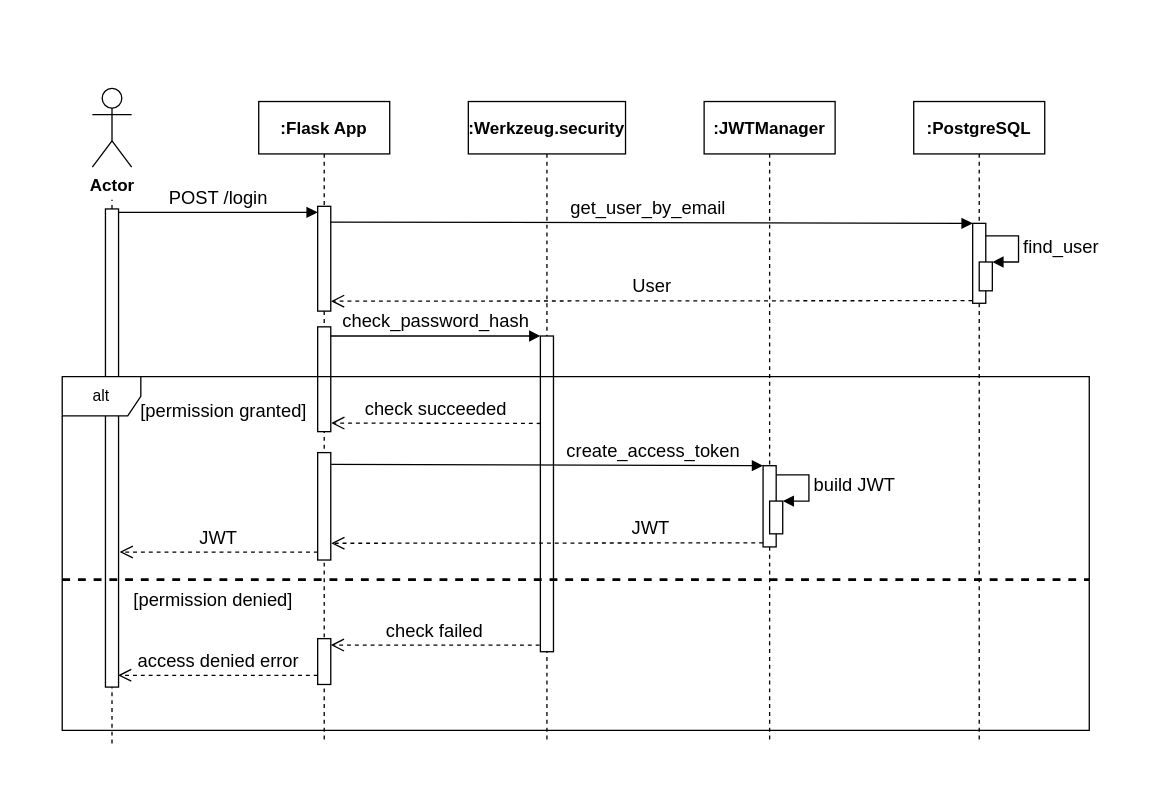
Before: sequence_authenticate.drawio in DrXneaky/Diagram, a draw.io diagram. Source tidied: cells renumbered, new cells numbered last; positions are measured from the earlier drawing's top-left corner, leaving out a move shared by most shapes. Both pictures are drawn from the tidied source at 131%, with x=0, y=0 at pixel (62, 88).
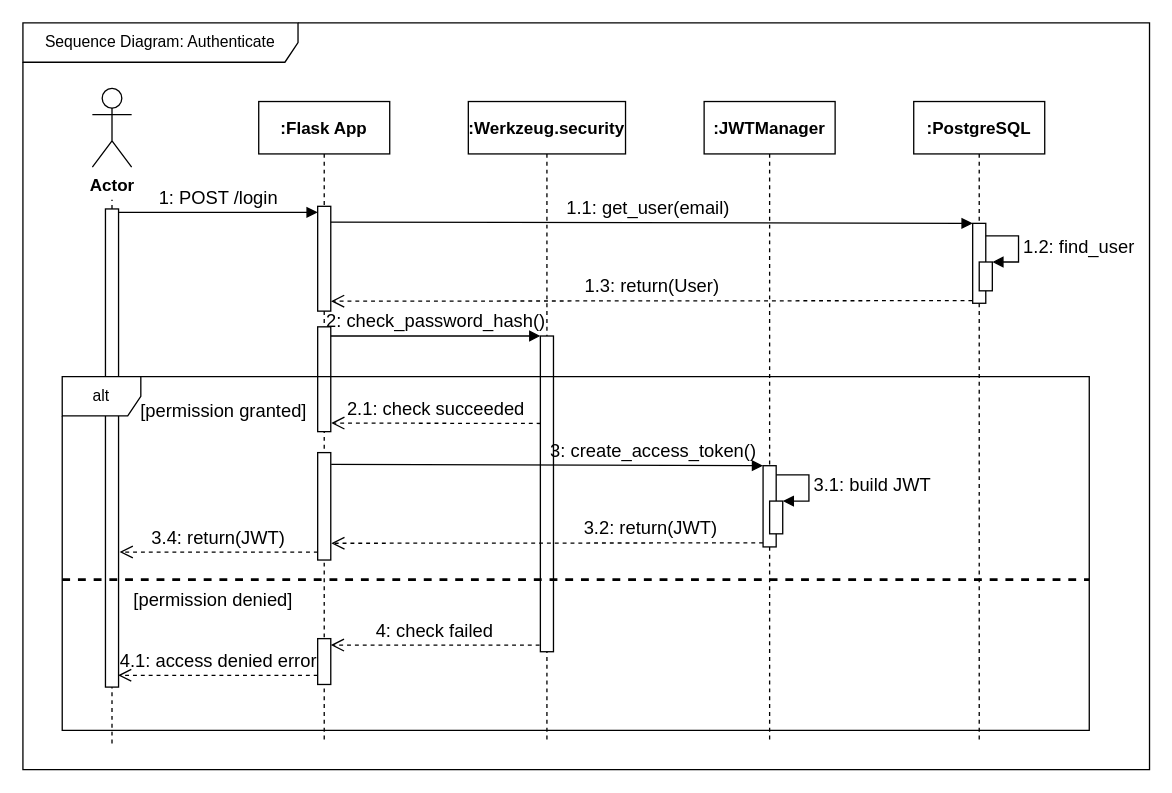
Above is the later version.

The change refers to these unchanged cells:
```xml
<mxCell id="3" style="html=1;points=[];perimeter=orthogonalPerimeter;strokeWidth=1;fillColor=#ffffff;" parent="1" vertex="1">
  <mxGeometry x="33" y="92" width="10" height="365" as="geometry" />
</mxCell>
<mxCell id="6" value="&lt;font face=&quot;Old Standard TT&quot; size=&quot;1&quot;&gt;&lt;b style=&quot;font-size: 13px&quot;&gt;:PostgreSQL&lt;/b&gt;&lt;/font&gt;" style="shape=umlLifeline;perimeter=lifelinePerimeter;whiteSpace=wrap;html=1;" parent="1" vertex="1">
  <mxGeometry x="650" y="10" width="100" height="490" as="geometry" />
</mxCell>
<mxCell id="7" style="html=1;points=[];perimeter=orthogonalPerimeter;" parent="6" vertex="1">
  <mxGeometry x="45" y="93" width="10" height="61" as="geometry" />
</mxCell>
<mxCell id="9" style="html=1;points=[];perimeter=orthogonalPerimeter;" parent="6" vertex="1">
  <mxGeometry x="50" y="122.5" width="10" height="22" as="geometry" />
</mxCell>
<mxCell id="12" style="html=1;points=[];perimeter=orthogonalPerimeter;" parent="1" vertex="1">
  <mxGeometry x="365" y="189" width="10" height="241" as="geometry" />
</mxCell>
<mxCell id="17" style="html=1;points=[];perimeter=orthogonalPerimeter;" parent="16" vertex="1">
  <mxGeometry x="45" y="80" width="10" height="80" as="geometry" />
</mxCell>
<mxCell id="18" style="html=1;points=[];perimeter=orthogonalPerimeter;" parent="16" vertex="1">
  <mxGeometry x="45" y="172" width="10" height="80" as="geometry" />
</mxCell>
<mxCell id="19" style="html=1;points=[];perimeter=orthogonalPerimeter;strokeWidth=1;fillColor=#ffffff;" parent="16" vertex="1">
  <mxGeometry x="45" y="268" width="10" height="82" as="geometry" />
</mxCell>
<mxCell id="20" style="html=1;points=[];perimeter=orthogonalPerimeter;shadow=0;strokeWidth=1;fillColor=#ffffff;" parent="16" vertex="1">
  <mxGeometry x="45" y="410" width="10" height="35" as="geometry" />
</mxCell>
<mxCell id="23" style="html=1;points=[];perimeter=orthogonalPerimeter;strokeWidth=1;fillColor=#ffffff;" parent="1" vertex="1">
  <mxGeometry x="535" y="288" width="10" height="62" as="geometry" />
</mxCell>
<mxCell id="25" style="html=1;points=[];perimeter=orthogonalPerimeter;strokeWidth=1;fillColor=#ffffff;" parent="1" vertex="1">
  <mxGeometry x="540" y="315" width="10" height="25" as="geometry" />
</mxCell>
```

The edit, as a diff of the source:
```diff
@@
+    <mxCell id="34" value="Sequence Diagram: Authenticate" style="shape=umlFrame;whiteSpace=wrap;html=1;width=210;height=30;" parent="1" vertex="1">
+      <mxGeometry x="-30" y="-50" width="860" height="570" as="geometry" />
+    </mxCell>
@@
-    <mxCell id="4" value="&lt;font style=&quot;font-size: 14px&quot; face=&quot;Old Standard TT&quot;&gt;POST /login&lt;/font&gt;" style="html=1;verticalAlign=bottom;startArrow=none;endArrow=block;startSize=8;exitX=1.02;exitY=0.007;exitDx=0;exitDy=0;exitPerimeter=0;startFill=0;labelBackgroundColor=none;" parent="1" edge="1" source="3" target="17">
+    <mxCell id="4" value="&lt;font style=&quot;font-size: 14px&quot; face=&quot;Old Standard TT&quot;&gt;1: POST /login&lt;/font&gt;" style="html=1;verticalAlign=bottom;startArrow=none;endArrow=block;startSize=8;exitX=1.02;exitY=0.007;exitDx=0;exitDy=0;exitPerimeter=0;startFill=0;labelBackgroundColor=none;" parent="1" edge="1" source="3" target="17">
       <mxGeometry relative="1" as="geometry" />
     </mxCell>
@@
-    <mxCell id="8" value="&lt;font style=&quot;font-size: 14px&quot; face=&quot;Old Standard TT&quot;&gt;find_user&lt;/font&gt;" style="edgeStyle=orthogonalEdgeStyle;html=1;align=left;spacingLeft=2;endArrow=block;rounded=0;entryX=1;entryY=0;labelBackgroundColor=none;" parent="6" edge="1" target="9">
+    <mxCell id="8" value="&lt;font style=&quot;font-size: 14px&quot; face=&quot;Old Standard TT&quot;&gt;1.2: find_user&lt;/font&gt;" style="edgeStyle=orthogonalEdgeStyle;html=1;align=left;spacingLeft=2;endArrow=block;rounded=0;entryX=1;entryY=0;labelBackgroundColor=none;" parent="6" edge="1" target="9">
       <mxGeometry relative="1" as="geometry">
         <mxPoint x="55" y="102.5" as="sourcePoint" />
         <Array as="points">
           <mxPoint x="80" y="102.5" />
         </Array>
       </mxGeometry>
     </mxCell>
@@
-    <mxCell id="10" value="&lt;font face=&quot;Old Standard TT&quot; style=&quot;font-size: 14px&quot;&gt;get_user_by_email&lt;/font&gt;" style="html=1;verticalAlign=bottom;endArrow=block;entryX=0;entryY=0;labelBackgroundColor=none;" parent="1" edge="1" target="7">
+    <mxCell id="10" value="&lt;font face=&quot;Old Standard TT&quot; style=&quot;font-size: 14px&quot;&gt;1.1: get_user(email)&lt;/font&gt;" style="html=1;verticalAlign=bottom;endArrow=block;entryX=0;entryY=0;labelBackgroundColor=none;" parent="1" edge="1" target="7">
       <mxGeometry relative="1" as="geometry">
         <mxPoint x="200.1" y="102" as="sourcePoint" />
       </mxGeometry>
     </mxCell>
-    <mxCell id="11" value="&lt;font style=&quot;font-size: 14px&quot; face=&quot;Old Standard TT&quot;&gt;User&lt;/font&gt;" style="html=1;verticalAlign=bottom;endArrow=open;dashed=1;endSize=8;exitX=-0.024;exitY=0.967;exitDx=0;exitDy=0;exitPerimeter=0;labelBackgroundColor=none;entryX=1.017;entryY=0.905;entryDx=0;entryDy=0;entryPerimeter=0;" parent="1" edge="1" source="7" target="17">
+    <mxCell id="11" value="&lt;font style=&quot;font-size: 14px&quot; face=&quot;Old Standard TT&quot;&gt;1.3: return(User)&lt;/font&gt;" style="html=1;verticalAlign=bottom;endArrow=open;dashed=1;endSize=8;exitX=-0.024;exitY=0.967;exitDx=0;exitDy=0;exitPerimeter=0;labelBackgroundColor=none;entryX=1.017;entryY=0.905;entryDx=0;entryDy=0;entryPerimeter=0;" parent="1" edge="1" source="7" target="17">
       <mxGeometry relative="1" as="geometry" />
     </mxCell>
@@
-    <mxCell id="13" value="&lt;font style=&quot;font-size: 14px&quot; face=&quot;Old Standard TT&quot;&gt;check_password_hash&lt;/font&gt;" style="verticalAlign=bottom;endArrow=block;entryX=0;entryY=0;labelBackgroundColor=none;html=1;" parent="1" edge="1" source="18" target="12">
-      <mxGeometry relative="1" as="geometry" />
+    <mxCell id="13" value="&lt;font style=&quot;font-size: 14px&quot; face=&quot;Old Standard TT&quot;&gt;2: check_password_hash()&lt;/font&gt;" style="verticalAlign=bottom;endArrow=block;entryX=0;entryY=0;labelBackgroundColor=none;html=1;" parent="1" edge="1">
+      <mxGeometry relative="1" as="geometry">
+        <mxPoint x="205" y="189" as="sourcePoint" />
+        <mxPoint x="365" y="189" as="targetPoint" />
+      </mxGeometry>
     </mxCell>
-    <mxCell id="14" value="&lt;font style=&quot;font-size: 14px&quot; face=&quot;Old Standard TT&quot;&gt;check succeeded&lt;/font&gt;" style="html=1;verticalAlign=bottom;endArrow=open;dashed=1;endSize=8;exitX=0.019;exitY=0.277;exitDx=0;exitDy=0;exitPerimeter=0;entryX=1.032;entryY=0.918;entryDx=0;entryDy=0;entryPerimeter=0;labelBackgroundColor=none;" parent="1" edge="1" source="12" target="18">
+    <mxCell id="14" value="&lt;font style=&quot;font-size: 14px&quot; face=&quot;Old Standard TT&quot;&gt;2.1: check succeeded&lt;/font&gt;" style="html=1;verticalAlign=bottom;endArrow=open;dashed=1;endSize=8;exitX=0.019;exitY=0.277;exitDx=0;exitDy=0;exitPerimeter=0;entryX=1.032;entryY=0.918;entryDx=0;entryDy=0;entryPerimeter=0;labelBackgroundColor=none;" parent="1" edge="1" source="12" target="18">
       <mxGeometry relative="1" as="geometry" />
     </mxCell>
@@
-    <mxCell id="21" value="&lt;font face=&quot;Old Standard TT&quot; style=&quot;font-size: 14px&quot;&gt;JWT&lt;/font&gt;" style="html=1;verticalAlign=bottom;endArrow=open;dashed=1;endSize=8;exitX=0.014;exitY=0.943;exitDx=0;exitDy=0;exitPerimeter=0;entryX=1.078;entryY=0.728;entryDx=0;entryDy=0;entryPerimeter=0;labelBackgroundColor=none;" parent="1" edge="1">
+    <mxCell id="21" value="&lt;font face=&quot;Old Standard TT&quot; style=&quot;font-size: 14px&quot;&gt;3.4: return(JWT)&lt;/font&gt;" style="html=1;verticalAlign=bottom;endArrow=open;dashed=1;endSize=8;exitX=0.014;exitY=0.943;exitDx=0;exitDy=0;exitPerimeter=0;entryX=1.078;entryY=0.728;entryDx=0;entryDy=0;entryPerimeter=0;labelBackgroundColor=none;" parent="1" edge="1">
       <mxGeometry relative="1" as="geometry">
         <mxPoint x="195.1" y="354" as="sourcePoint" />
         <mxPoint x="43.8" y="353.9" as="targetPoint" />
       </mxGeometry>
     </mxCell>
@@
-    <mxCell id="24" value="&lt;font style=&quot;font-size: 14px&quot; face=&quot;Old Standard TT&quot;&gt;build JWT&lt;/font&gt;" style="edgeStyle=orthogonalEdgeStyle;html=1;align=left;spacingLeft=2;endArrow=block;rounded=0;entryX=1;entryY=0;labelBackgroundColor=none;" parent="1" edge="1" target="25">
+    <mxCell id="24" value="&lt;font style=&quot;font-size: 14px&quot; face=&quot;Old Standard TT&quot;&gt;3.1: build JWT&lt;/font&gt;" style="edgeStyle=orthogonalEdgeStyle;html=1;align=left;spacingLeft=2;endArrow=block;rounded=0;entryX=1;entryY=0;labelBackgroundColor=none;" parent="1" edge="1" target="25">
       <mxGeometry relative="1" as="geometry">
         <mxPoint x="545" y="295" as="sourcePoint" />
         <Array as="points">
           <mxPoint x="570" y="295" />
         </Array>
       </mxGeometry>
     </mxCell>
@@
-    <mxCell id="27" value="&lt;font style=&quot;font-size: 14px&quot; face=&quot;Old Standard TT&quot;&gt;check failed&lt;/font&gt;" style="html=1;verticalAlign=bottom;endArrow=open;dashed=1;endSize=8;exitX=-0.058;exitY=0.979;exitDx=0;exitDy=0;exitPerimeter=0;labelBackgroundColor=none;" parent="1" edge="1" source="12" target="20">
+    <mxCell id="27" value="&lt;font style=&quot;font-size: 14px&quot; face=&quot;Old Standard TT&quot;&gt;4: check failed&lt;/font&gt;" style="html=1;verticalAlign=bottom;endArrow=open;dashed=1;endSize=8;exitX=-0.058;exitY=0.979;exitDx=0;exitDy=0;exitPerimeter=0;labelBackgroundColor=none;" parent="1" edge="1" source="12" target="20">
       <mxGeometry relative="1" as="geometry" />
     </mxCell>
-    <mxCell id="28" value="&lt;font style=&quot;font-size: 14px&quot; face=&quot;Old Standard TT&quot;&gt;access denied error&lt;/font&gt;" style="html=1;verticalAlign=bottom;endArrow=open;dashed=1;endSize=8;entryX=0.962;entryY=0.913;entryDx=0;entryDy=0;entryPerimeter=0;labelBackgroundColor=none;" parent="1" edge="1" source="20">
+    <mxCell id="28" value="&lt;font style=&quot;font-size: 14px&quot; face=&quot;Old Standard TT&quot;&gt;4.1: access denied error&lt;/font&gt;" style="html=1;verticalAlign=bottom;endArrow=open;dashed=1;endSize=8;entryX=0.962;entryY=0.913;entryDx=0;entryDy=0;entryPerimeter=0;labelBackgroundColor=none;" parent="1" edge="1" source="20">
       <mxGeometry relative="1" as="geometry">
         <mxPoint x="42.6" y="448" as="targetPoint" />
       </mxGeometry>
     </mxCell>
@@
-    <mxCell id="31" value="&lt;font style=&quot;font-size: 14px&quot; face=&quot;Old Standard TT&quot;&gt;create_access_token&lt;/font&gt;" style="html=1;verticalAlign=bottom;endArrow=block;entryX=0;entryY=0;exitX=1.033;exitY=0.11;exitDx=0;exitDy=0;exitPerimeter=0;labelBackgroundColor=none;" parent="1" edge="1" source="19" target="23">
+    <mxCell id="31" value="&lt;font style=&quot;font-size: 14px&quot; face=&quot;Old Standard TT&quot;&gt;3: create_access_token()&lt;/font&gt;" style="html=1;verticalAlign=bottom;endArrow=block;entryX=0;entryY=0;exitX=1.033;exitY=0.11;exitDx=0;exitDy=0;exitPerimeter=0;labelBackgroundColor=none;" parent="1" edge="1" source="19" target="23">
       <mxGeometry x="0.49" relative="1" as="geometry" />
     </mxCell>
-    <mxCell id="32" value="&lt;font style=&quot;font-size: 14px&quot; face=&quot;Old Standard TT&quot;&gt;JWT&lt;/font&gt;" style="html=1;verticalAlign=bottom;endArrow=open;dashed=1;endSize=8;exitX=0;exitY=0.95;labelBackgroundColor=none;entryX=1.037;entryY=0.844;entryDx=0;entryDy=0;entryPerimeter=0;" parent="1" edge="1" source="23" target="19">
+    <mxCell id="32" value="&lt;font style=&quot;font-size: 14px&quot; face=&quot;Old Standard TT&quot;&gt;3.2: return(JWT)&lt;/font&gt;" style="html=1;verticalAlign=bottom;endArrow=open;dashed=1;endSize=8;exitX=0;exitY=0.95;labelBackgroundColor=none;entryX=1.037;entryY=0.844;entryDx=0;entryDy=0;entryPerimeter=0;" parent="1" edge="1" source="23" target="19">
       <mxGeometry x="-0.48" relative="1" as="geometry" />
     </mxCell>
```
